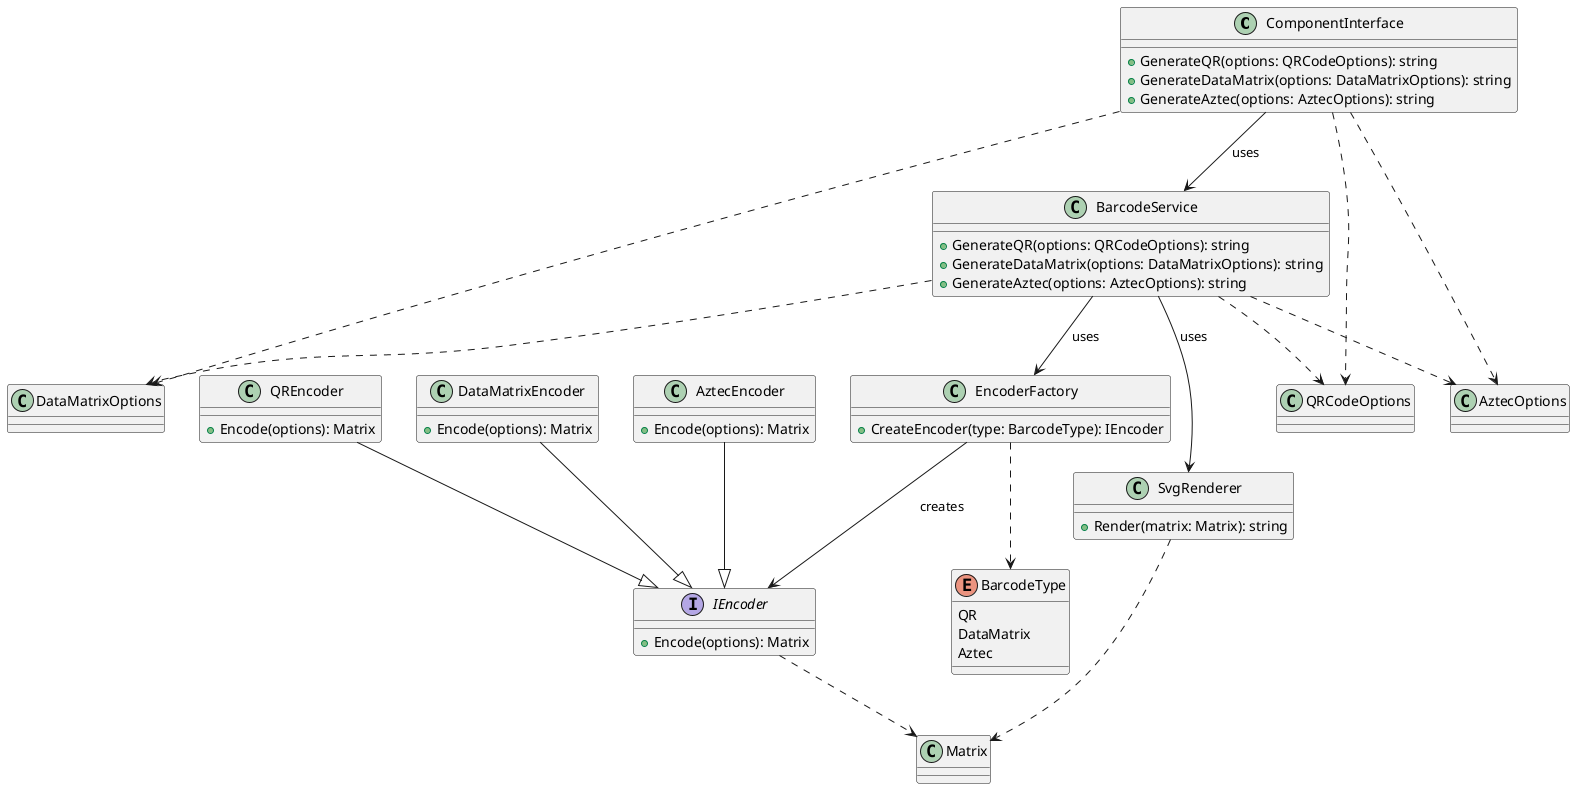
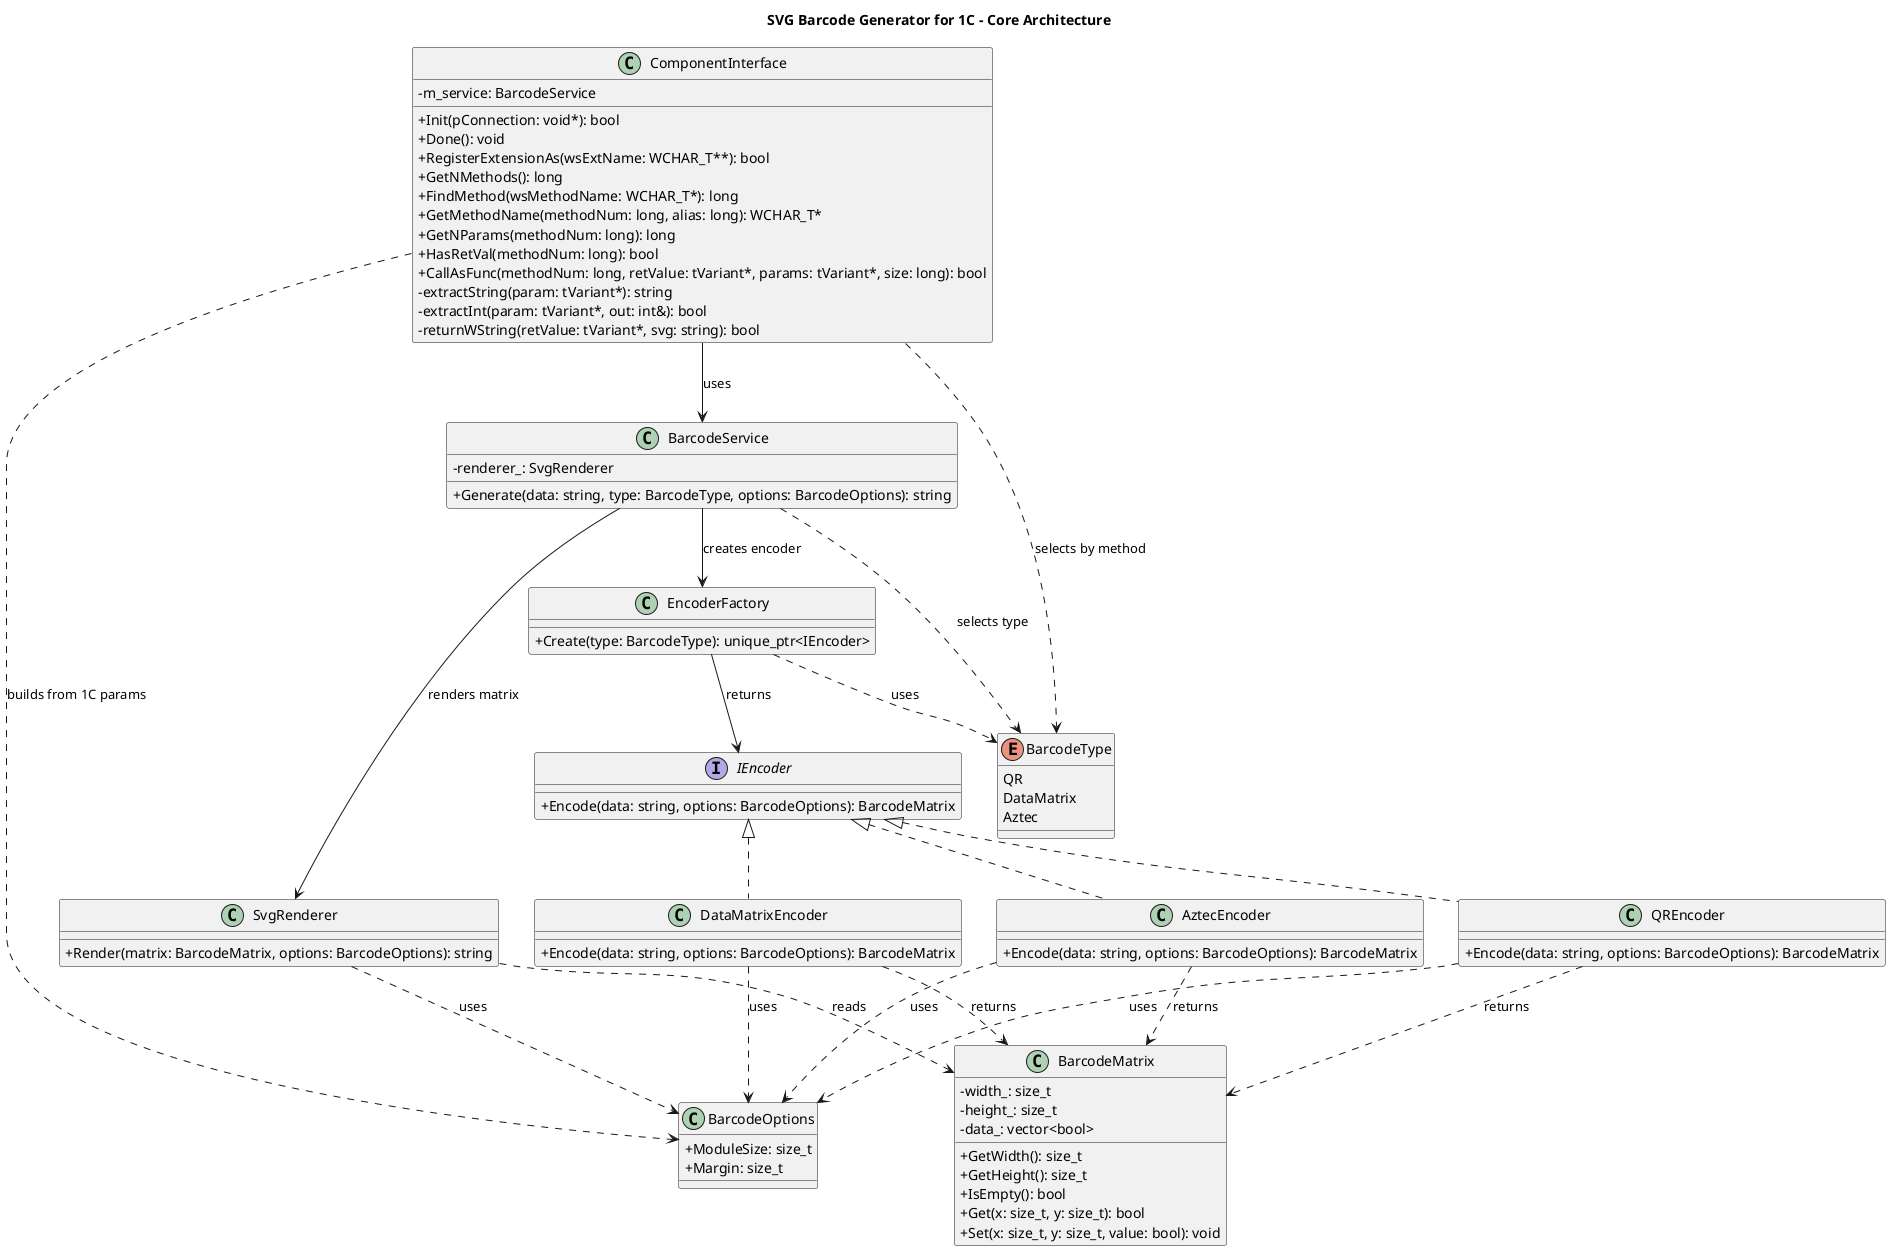
@startuml

+ title SVG Barcode Generator for 1C - Core Architecture
+ 
+ skinparam classAttributeIconSize 0
+ 
class ComponentInterface {
-   +GenerateQR(options: QRCodeOptions): string
-   +GenerateDataMatrix(options: DataMatrixOptions): string
-   +GenerateAztec(options: AztecOptions): string
+   -m_service: BarcodeService
+   +Init(pConnection: void*): bool
+   +Done(): void
+   +RegisterExtensionAs(wsExtName: WCHAR_T**): bool
+   +GetNMethods(): long
+   +FindMethod(wsMethodName: WCHAR_T*): long
+   +GetMethodName(methodNum: long, alias: long): WCHAR_T*
+   +GetNParams(methodNum: long): long
+   +HasRetVal(methodNum: long): bool
+   +CallAsFunc(methodNum: long, retValue: tVariant*, params: tVariant*, size: long): bool
+   -extractString(param: tVariant*): string
+   -extractInt(param: tVariant*, out: int&): bool
+   -returnWString(retValue: tVariant*, svg: string): bool
}

class BarcodeService {
-   +GenerateQR(options: QRCodeOptions): string
-   +GenerateDataMatrix(options: DataMatrixOptions): string
-   +GenerateAztec(options: AztecOptions): string
+   -renderer_: SvgRenderer
+   +Generate(data: string, type: BarcodeType, options: BarcodeOptions): string
}

class EncoderFactory {
-   +CreateEncoder(type: BarcodeType): IEncoder
+   +Create(type: BarcodeType): unique_ptr<IEncoder>
}

interface IEncoder {
-   +Encode(options): Matrix
+   +Encode(data: string, options: BarcodeOptions): BarcodeMatrix
}

class QREncoder {
-   +Encode(options): Matrix
+   +Encode(data: string, options: BarcodeOptions): BarcodeMatrix
}

class DataMatrixEncoder {
-   +Encode(options): Matrix
+   +Encode(data: string, options: BarcodeOptions): BarcodeMatrix
}

class AztecEncoder {
-   +Encode(options): Matrix
+   +Encode(data: string, options: BarcodeOptions): BarcodeMatrix
}

class SvgRenderer {
-   +Render(matrix: Matrix): string
+   +Render(matrix: BarcodeMatrix, options: BarcodeOptions): string
}

- class QRCodeOptions
- class DataMatrixOptions
- class AztecOptions
- class Matrix
+ class BarcodeMatrix {
+   -width_: size_t
+   -height_: size_t
+   -data_: vector<bool>
+   +GetWidth(): size_t
+   +GetHeight(): size_t
+   +IsEmpty(): bool
+   +Get(x: size_t, y: size_t): bool
+   +Set(x: size_t, y: size_t, value: bool): void
+ }
+ 
+ class BarcodeOptions {
+   +ModuleSize: size_t
+   +Margin: size_t
+ }

enum BarcodeType {
  QR
  DataMatrix
  Aztec
}

ComponentInterface --> BarcodeService : uses
- BarcodeService --> EncoderFactory : uses
- BarcodeService --> SvgRenderer : uses
- EncoderFactory --> IEncoder : creates
+ BarcodeService --> EncoderFactory : creates encoder
+ BarcodeService --> SvgRenderer : renders matrix
+ EncoderFactory --> IEncoder : returns

- QREncoder --|> IEncoder
- DataMatrixEncoder --|> IEncoder
- AztecEncoder --|> IEncoder
+ IEncoder <|.. QREncoder
+ IEncoder <|.. DataMatrixEncoder
+ IEncoder <|.. AztecEncoder

- ComponentInterface ..> QRCodeOptions
- ComponentInterface ..> DataMatrixOptions
- ComponentInterface ..> AztecOptions
+ QREncoder ..> BarcodeMatrix : returns
+ DataMatrixEncoder ..> BarcodeMatrix : returns
+ AztecEncoder ..> BarcodeMatrix : returns

- BarcodeService ..> QRCodeOptions
- BarcodeService ..> DataMatrixOptions
- BarcodeService ..> AztecOptions
+ QREncoder ..> BarcodeOptions : uses
+ DataMatrixEncoder ..> BarcodeOptions : uses
+ AztecEncoder ..> BarcodeOptions : uses

- SvgRenderer ..> Matrix
- IEncoder ..> Matrix
- EncoderFactory ..> BarcodeType
+ SvgRenderer ..> BarcodeMatrix : reads
+ SvgRenderer ..> BarcodeOptions : uses
+ 
+ BarcodeService ..> BarcodeType : selects type
+ EncoderFactory ..> BarcodeType : uses
+ 
+ ComponentInterface ..> BarcodeOptions : builds from 1C params
+ ComponentInterface ..> BarcodeType : selects by method

@enduml
